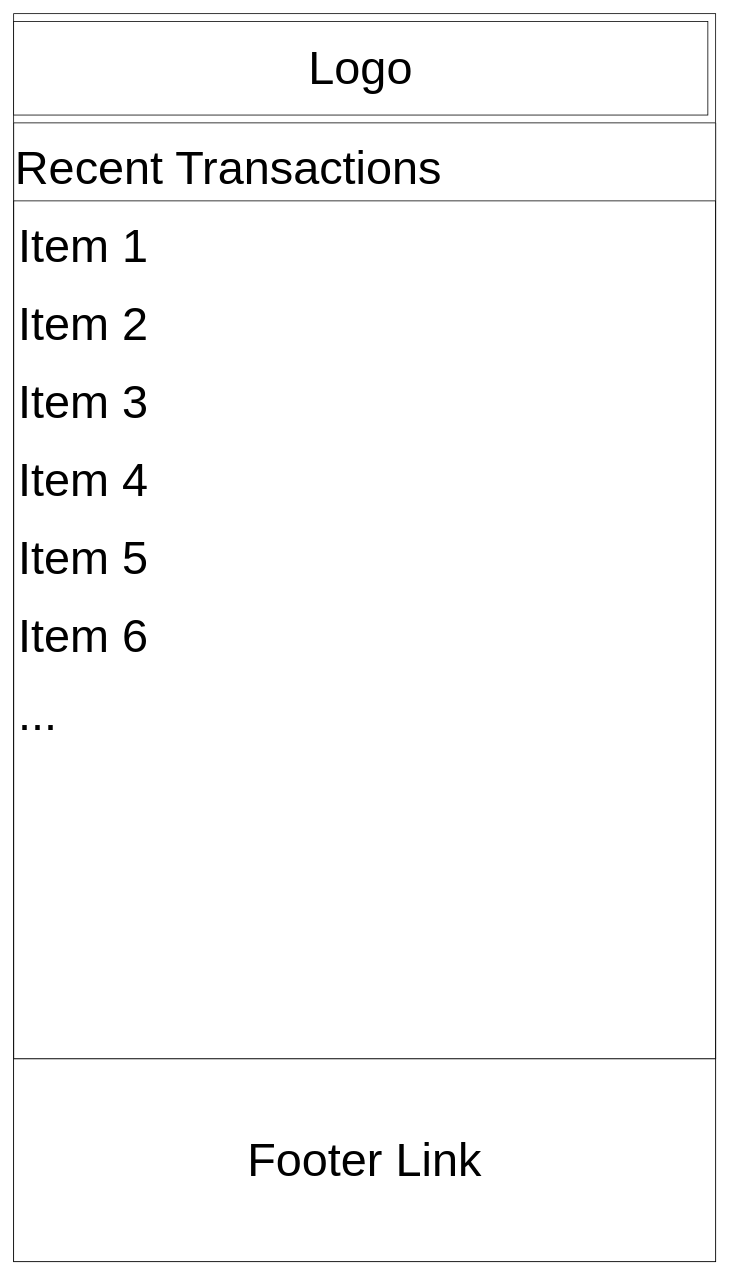
Above: page "Page-2" (2 of 3) of ux-design/Account_Book.drawio in software-assignments-fall2021/user-experience-design-nick-wang (draw.io), before the change. Source tidied: cells renumbered, new cells numbered last; positions are measured from the earlier drawing's top-left corner, leaving out a move shared by most shapes. Both pictures are drawn from the tidied source at 78%, with x=0, y=0 at pixel (13, 13).
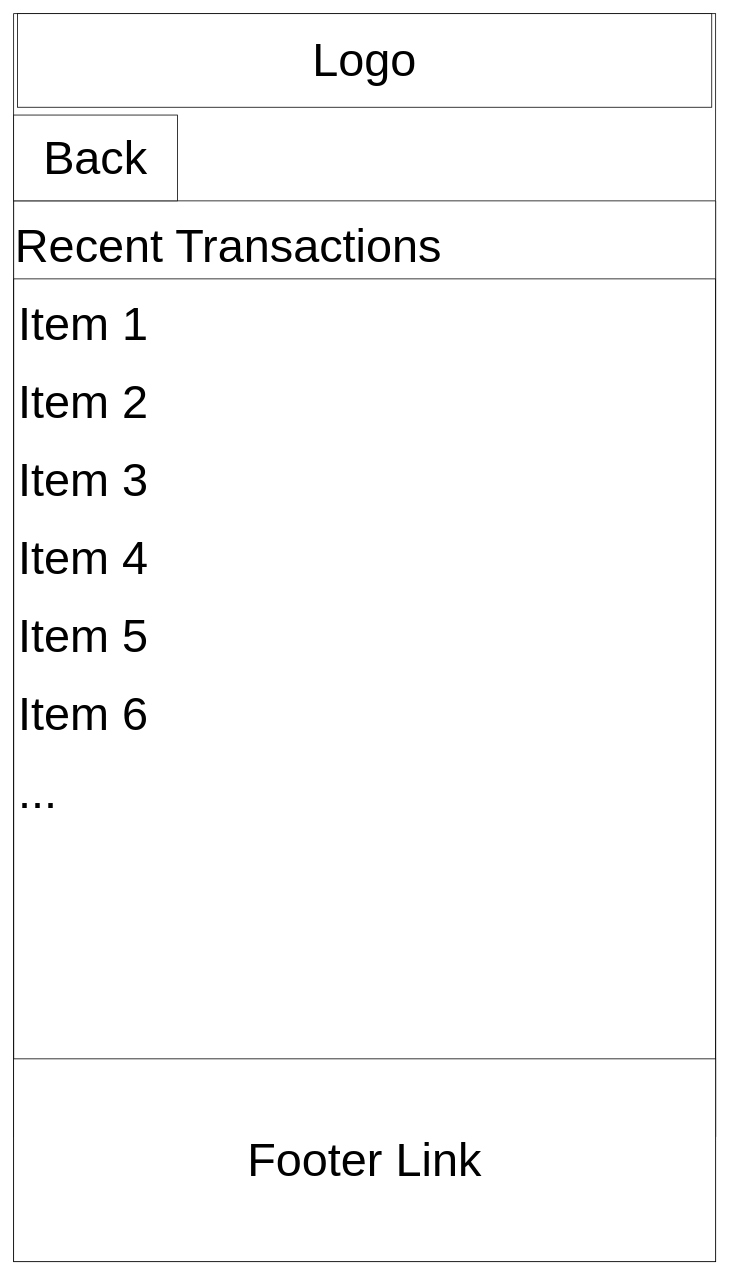
The same page after the edit.

Change to the diagram source:
```diff
@@
 <mxGraphModel>
   <root>
     <mxCell id="0" />
     <mxCell id="1" parent="0" />
     <mxCell id="2" style="rounded=0;whiteSpace=wrap;html=1;fontSize=60;align=left;" parent="1" vertex="1">
       <mxGeometry width="900" height="1600" as="geometry" />
     </mxCell>
     <mxCell id="3" value="Recent Transactions" style="swimlane;fontStyle=0;horizontal=1;startSize=100;fontSize=60;align=left;" parent="1" vertex="1">
-      <mxGeometry y="140" width="900" height="1200" as="geometry" />
+      <mxGeometry y="240" width="900" height="1200" as="geometry" />
     </mxCell>
     <mxCell id="4" value="Item 1" style="text;strokeColor=none;fillColor=none;align=left;verticalAlign=middle;spacingLeft=4;spacingRight=4;overflow=hidden;fontSize=60;" parent="3" vertex="1">
       <mxGeometry y="100" width="900" height="100" as="geometry" />
     </mxCell>
     <mxCell id="5" value="Item 2" style="text;strokeColor=none;fillColor=none;align=left;verticalAlign=middle;spacingLeft=4;spacingRight=4;overflow=hidden;fontSize=60;" parent="3" vertex="1">
       <mxGeometry y="200" width="900" height="100" as="geometry" />
     </mxCell>
     <mxCell id="6" value="Item 3" style="text;strokeColor=none;fillColor=none;align=left;verticalAlign=middle;spacingLeft=4;spacingRight=4;overflow=hidden;fontSize=60;" parent="3" vertex="1">
       <mxGeometry y="300" width="900" height="100" as="geometry" />
     </mxCell>
     <mxCell id="7" value="Item 4" style="text;strokeColor=none;fillColor=none;align=left;verticalAlign=middle;spacingLeft=4;spacingRight=4;overflow=hidden;fontSize=60;" parent="3" vertex="1">
       <mxGeometry y="400" width="900" height="100" as="geometry" />
     </mxCell>
     <mxCell id="8" value="Item 5" style="text;strokeColor=none;fillColor=none;align=left;verticalAlign=middle;spacingLeft=4;spacingRight=4;overflow=hidden;fontSize=60;" parent="3" vertex="1">
       <mxGeometry y="500" width="900" height="100" as="geometry" />
     </mxCell>
     <mxCell id="9" value="Item 6" style="text;strokeColor=none;fillColor=none;align=left;verticalAlign=middle;spacingLeft=4;spacingRight=4;overflow=hidden;fontSize=60;" parent="3" vertex="1">
       <mxGeometry y="600" width="900" height="100" as="geometry" />
     </mxCell>
     <mxCell id="10" value="..." style="text;strokeColor=none;fillColor=none;align=left;verticalAlign=middle;spacingLeft=4;spacingRight=4;overflow=hidden;fontSize=60;" parent="3" vertex="1">
       <mxGeometry y="700" width="900" height="100" as="geometry" />
     </mxCell>
     <mxCell id="11" style="text;strokeColor=none;fillColor=none;align=left;verticalAlign=middle;spacingLeft=4;spacingRight=4;overflow=hidden;fontSize=60;" parent="3" vertex="1">
       <mxGeometry y="800" width="900" height="100" as="geometry" />
     </mxCell>
     <mxCell id="12" style="text;strokeColor=none;fillColor=none;align=left;verticalAlign=middle;spacingLeft=4;spacingRight=4;overflow=hidden;fontSize=60;" parent="3" vertex="1">
       <mxGeometry y="900" width="900" height="100" as="geometry" />
     </mxCell>
     <mxCell id="13" style="text;strokeColor=none;fillColor=none;align=left;verticalAlign=middle;spacingLeft=4;spacingRight=4;overflow=hidden;fontSize=60;" parent="3" vertex="1">
       <mxGeometry y="1000" width="900" height="100" as="geometry" />
     </mxCell>
     <mxCell id="14" style="text;strokeColor=none;fillColor=none;align=left;verticalAlign=middle;spacingLeft=4;spacingRight=4;overflow=hidden;fontSize=60;" parent="3" vertex="1">
       <mxGeometry y="1100" width="900" height="100" as="geometry" />
     </mxCell>
     <mxCell id="15" value="Footer Link" style="rounded=0;whiteSpace=wrap;html=1;fontSize=60;align=center;" parent="1" vertex="1">
       <mxGeometry y="1340" width="900" height="260" as="geometry" />
     </mxCell>
     <mxCell id="16" value="Logo" style="rounded=0;whiteSpace=wrap;html=1;fontSize=60;align=center;" parent="1" vertex="1">
-      <mxGeometry y="10" width="890" height="120" as="geometry" />
+      <mxGeometry x="5" width="890" height="120" as="geometry" />
     </mxCell>
+    <mxCell id="17" value="Back" style="rounded=0;whiteSpace=wrap;html=1;fontSize=60;align=center;" parent="1" vertex="1">
+      <mxGeometry y="130" width="210" height="110" as="geometry" />
+    </mxCell>
   </root>
 </mxGraphModel>
```
